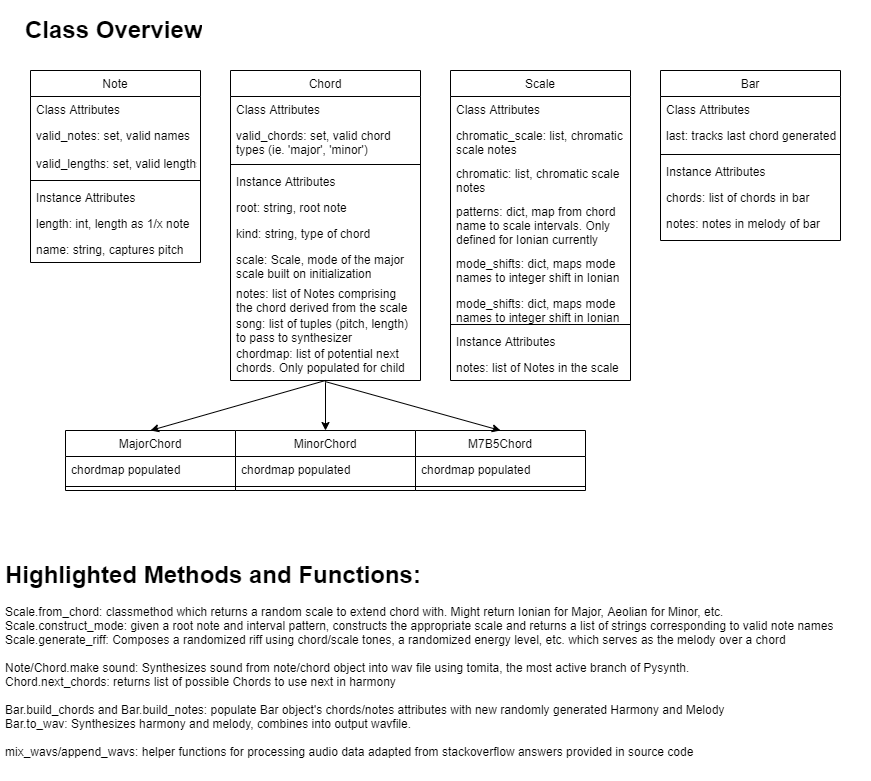
daniel-schreier/Babson_MIS_FinalProject keeps this draw.io diagram as flask_app/static/Diagram.png. Above is the earlier version. Source tidied: cells renumbered, new cells last; positions are measured from the earlier drawing's top-left corner, leaving out a move shared by most shapes.
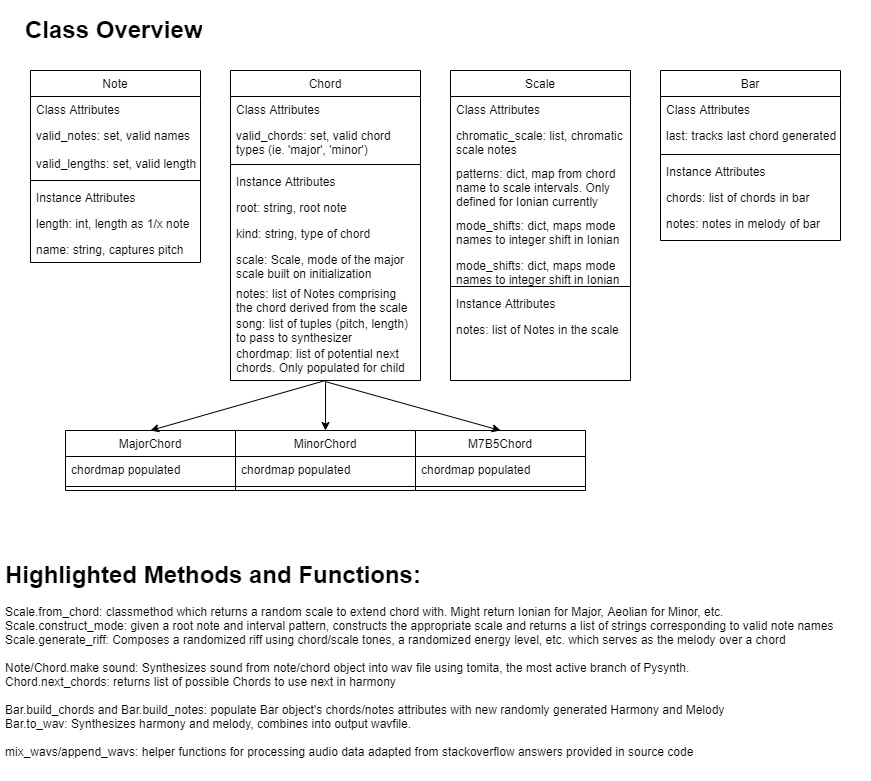
Later version of the same file.

What changed in the source:
```diff
@@ -113,26 +113,23 @@
     <mxCell id="36" value="chromatic_scale: list, chromatic &#10;scale notes&#10;" style="text;align=left;verticalAlign=top;spacingLeft=4;spacingRight=4;overflow=hidden;rounded=0;shadow=0;html=0;" parent="34" vertex="1">
       <mxGeometry y="52" width="180" height="38" as="geometry" />
     </mxCell>
-    <mxCell id="37" value="chromatic: list, chromatic scale &#10;notes&#10;" style="text;align=left;verticalAlign=top;spacingLeft=4;spacingRight=4;overflow=hidden;rounded=0;shadow=0;html=0;" parent="34" vertex="1">
-      <mxGeometry y="90" width="180" height="38" as="geometry" />
-    </mxCell>
     <mxCell id="38" value="patterns: dict, map from chord &#10;name to scale intervals. Only &#10;defined for Ionian currently" style="text;align=left;verticalAlign=top;spacingLeft=4;spacingRight=4;overflow=hidden;rounded=0;shadow=0;html=0;" parent="34" vertex="1">
-      <mxGeometry y="128" width="180" height="52" as="geometry" />
+      <mxGeometry y="90" width="180" height="52" as="geometry" />
     </mxCell>
     <mxCell id="39" value="mode_shifts: dict, maps mode&#10;names to integer shift in Ionian&#10;" style="text;align=left;verticalAlign=top;spacingLeft=4;spacingRight=4;overflow=hidden;rounded=0;shadow=0;html=0;" parent="34" vertex="1">
-      <mxGeometry y="180" width="180" height="40" as="geometry" />
+      <mxGeometry y="142" width="180" height="40" as="geometry" />
     </mxCell>
     <mxCell id="40" value="mode_shifts: dict, maps mode&#10;names to integer shift in Ionian&#10;" style="text;align=left;verticalAlign=top;spacingLeft=4;spacingRight=4;overflow=hidden;rounded=0;shadow=0;html=0;" parent="34" vertex="1">
-      <mxGeometry y="220" width="180" height="30" as="geometry" />
+      <mxGeometry y="182" width="180" height="30" as="geometry" />
     </mxCell>
     <mxCell id="41" style="line;html=1;strokeWidth=1;align=left;verticalAlign=middle;spacingTop=-1;spacingLeft=3;spacingRight=3;labelPosition=right;" parent="34" vertex="1">
-      <mxGeometry y="250" width="180" height="8" as="geometry" />
+      <mxGeometry y="212" width="180" height="8" as="geometry" />
     </mxCell>
     <mxCell id="42" value="Instance Attributes" style="text;align=left;verticalAlign=top;spacingLeft=4;spacingRight=4;overflow=hidden;" parent="34" vertex="1">
-      <mxGeometry y="258" width="180" height="26" as="geometry" />
+      <mxGeometry y="220" width="180" height="26" as="geometry" />
     </mxCell>
     <mxCell id="43" value="notes: list of Notes in the scale" style="text;align=left;verticalAlign=top;spacingLeft=4;spacingRight=4;overflow=hidden;" parent="34" vertex="1">
-      <mxGeometry y="284" width="180" height="26" as="geometry" />
+      <mxGeometry y="246" width="180" height="26" as="geometry" />
     </mxCell>
     <mxCell id="44" value="Bar" style="swimlane;fontStyle=0;align=center;verticalAlign=top;horizontal=1;startSize=26;rounded=0;shadow=0;strokeWidth=1;" parent="1" vertex="1">
       <mxGeometry x="660" y="60" width="180" height="170" as="geometry" />
```
